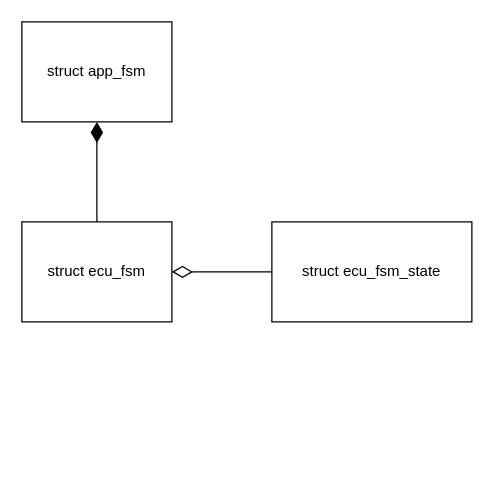
Before: page "state_representation_state_reuse" (1 of 13) of doc/images/fsm/fsm.drawio in ress059/ecu, a draw.io diagram. Source tidied: cells renumbered, new cells numbered last; positions are measured from the earlier drawing's top-left corner, leaving out a move shared by most shapes. Both pictures are drawn from the tidied source at 125%, with x=0, y=0 at pixel (21, 21).
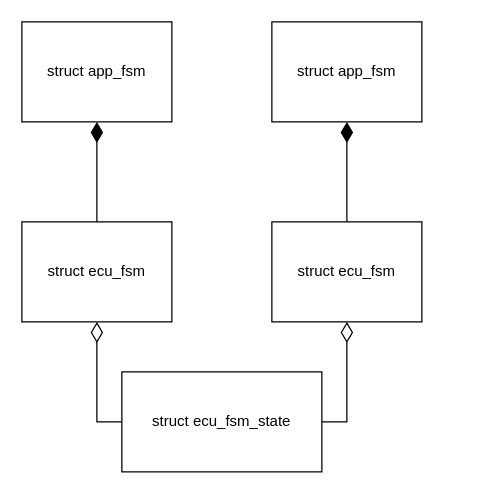
The same page after the edit.

What changed in the source:
```diff
@@
 <mxGraphModel>
   <root>
     <mxCell id="0" />
     <mxCell id="1" parent="0" />
     <mxCell id="2" value="struct ecu_fsm" style="rounded=0;whiteSpace=wrap;html=1;" parent="1" vertex="1">
       <mxGeometry y="160" width="120" height="80" as="geometry" />
     </mxCell>
     <mxCell id="3" style="endArrow=none;html=1;endSize=12;startArrow=diamondThin;startSize=14;startFill=1;edgeStyle=orthogonalEdgeStyle;align=left;verticalAlign=bottom;rounded=0;exitX=0.5;exitY=1;exitDx=0;exitDy=0;endFill=0;entryX=0.5;entryY=0;entryDx=0;entryDy=0;" parent="1" edge="1" source="4" target="2">
       <mxGeometry x="-1" y="3" relative="1" as="geometry" />
     </mxCell>
     <mxCell id="4" value="struct app_fsm" style="rounded=0;whiteSpace=wrap;html=1;" parent="1" vertex="1">
       <mxGeometry width="120" height="80" as="geometry" />
     </mxCell>
-    <mxCell id="5" style="endArrow=none;html=1;endSize=12;startArrow=diamondThin;startSize=14;startFill=0;edgeStyle=orthogonalEdgeStyle;align=left;verticalAlign=bottom;rounded=0;exitX=1;exitY=0.5;exitDx=0;exitDy=0;endFill=0;entryX=0;entryY=0.5;entryDx=0;entryDy=0;" parent="1" edge="1" source="2" target="6">
+    <mxCell id="5" style="endArrow=none;html=1;endSize=12;startArrow=diamondThin;startSize=14;startFill=0;edgeStyle=orthogonalEdgeStyle;align=left;verticalAlign=bottom;rounded=0;exitX=0.5;exitY=1;exitDx=0;exitDy=0;endFill=0;entryX=0;entryY=0.5;entryDx=0;entryDy=0;" parent="1" edge="1" source="2" target="6">
       <mxGeometry x="-1" y="3" relative="1" as="geometry" />
     </mxCell>
     <mxCell id="6" value="struct ecu_fsm_state" style="html=1;whiteSpace=wrap;" parent="1" vertex="1">
-      <mxGeometry x="200" y="160" width="160" height="80" as="geometry" />
+      <mxGeometry x="80" y="280" width="160" height="80" as="geometry" />
     </mxCell>
+    <mxCell id="7" value="struct ecu_fsm" style="rounded=0;whiteSpace=wrap;html=1;" parent="1" vertex="1">
+      <mxGeometry x="200" y="160" width="120" height="80" as="geometry" />
+    </mxCell>
+    <mxCell id="8" style="endArrow=none;html=1;endSize=12;startArrow=diamondThin;startSize=14;startFill=1;edgeStyle=orthogonalEdgeStyle;align=left;verticalAlign=bottom;rounded=0;exitX=0.5;exitY=1;exitDx=0;exitDy=0;endFill=0;entryX=0.5;entryY=0;entryDx=0;entryDy=0;" parent="1" edge="1" source="9" target="7">
+      <mxGeometry x="-1" y="3" relative="1" as="geometry" />
+    </mxCell>
+    <mxCell id="9" value="struct app_fsm" style="rounded=0;whiteSpace=wrap;html=1;" parent="1" vertex="1">
+      <mxGeometry x="200" width="120" height="80" as="geometry" />
+    </mxCell>
+    <mxCell id="10" style="endArrow=none;html=1;endSize=12;startArrow=diamondThin;startSize=14;startFill=0;edgeStyle=orthogonalEdgeStyle;align=left;verticalAlign=bottom;rounded=0;exitX=0.5;exitY=1;exitDx=0;exitDy=0;endFill=0;entryX=1;entryY=0.5;entryDx=0;entryDy=0;" parent="1" edge="1" source="7" target="6">
+      <mxGeometry x="-1" y="3" relative="1" as="geometry" />
+    </mxCell>
   </root>
 </mxGraphModel>
```
